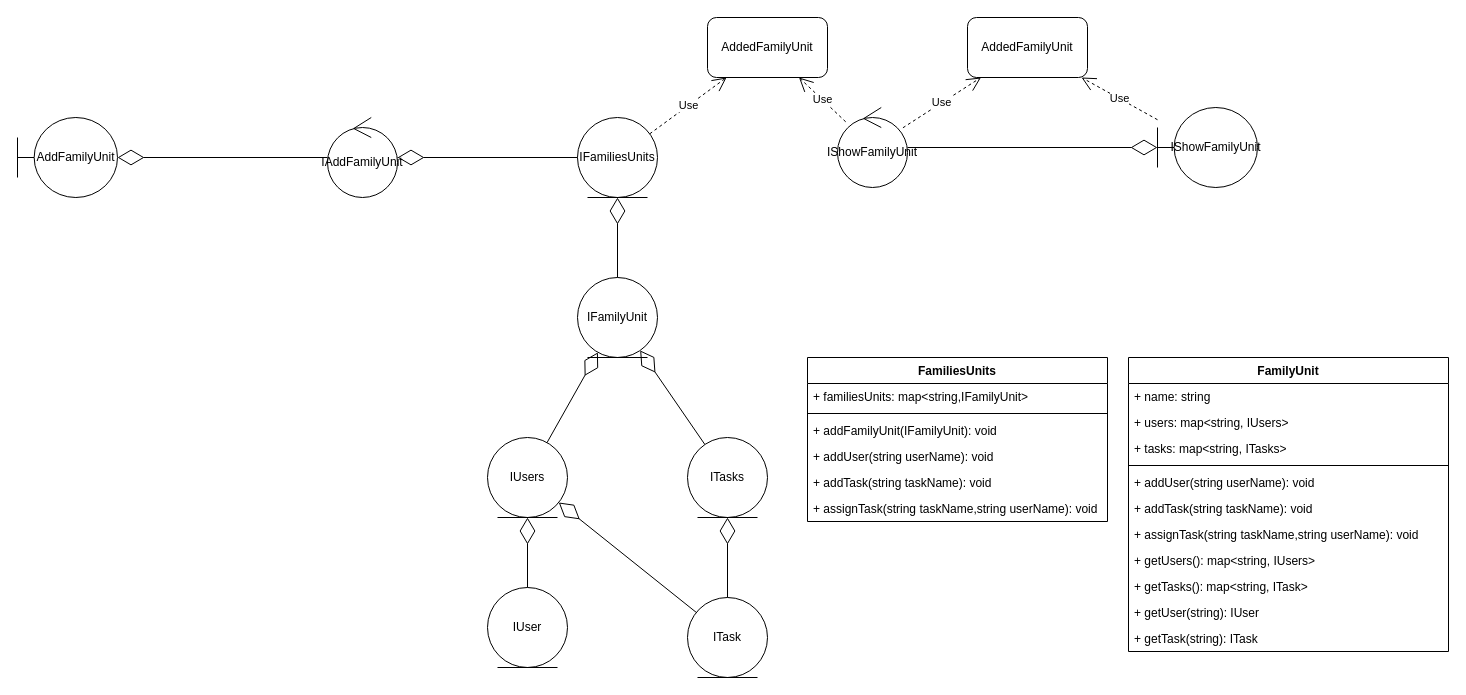
Above: page "AddFamilyUnit" (2 of 8) of taskPlanning/planningTaskRenovate.drawio in avillanuevao/PlanningTask (draw.io), before the change. Source tidied: cells renumbered, new cells numbered last; positions are measured from the earlier drawing's top-left corner, leaving out a move shared by most shapes. Both pictures are drawn from the tidied source at 100%, with x=0, y=0 at pixel (17, 17).
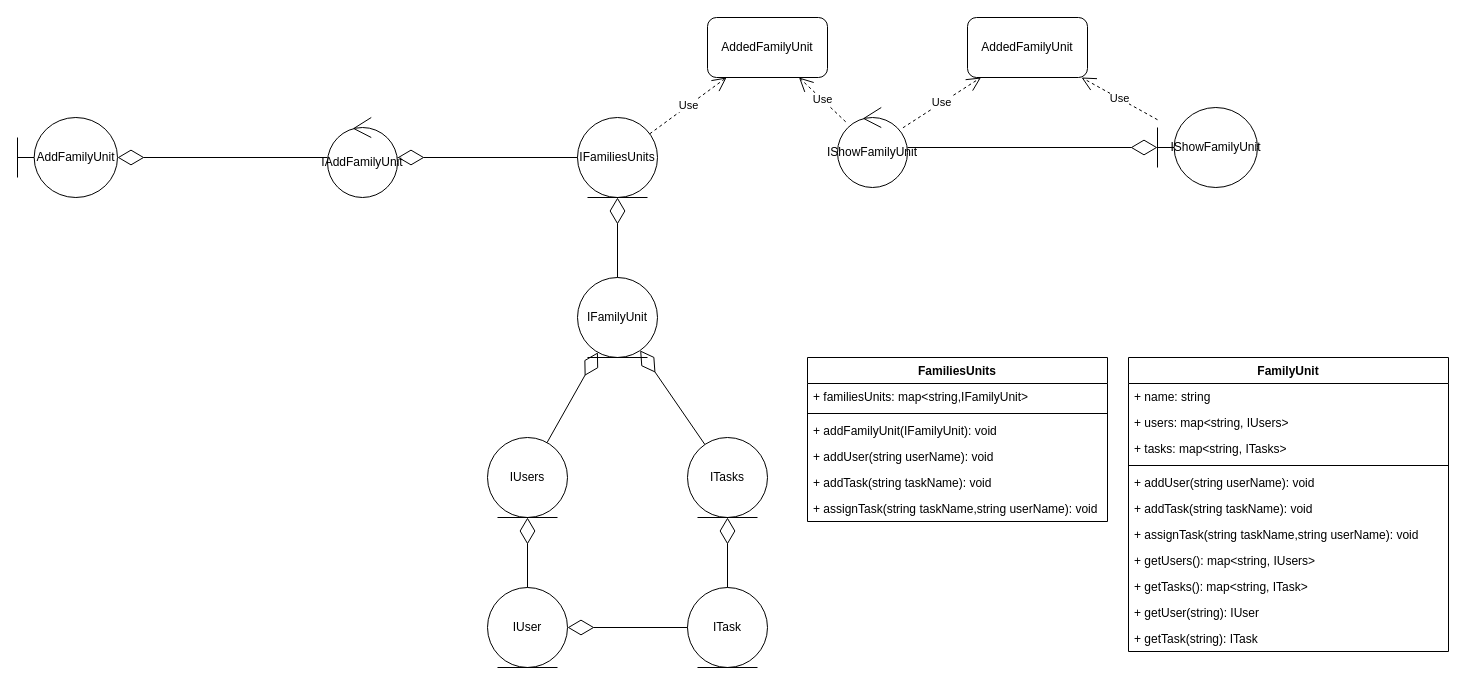
The same diagram, later.

Unchanged cells that the change refers to:
```xml
<mxCell id="9" value="IUsers" style="ellipse;shape=umlEntity;whiteSpace=wrap;html=1;" parent="1" vertex="1">
  <mxGeometry x="470" y="420" width="80" height="80" as="geometry" />
</mxCell>
<mxCell id="11" value="IUser" style="ellipse;shape=umlEntity;whiteSpace=wrap;html=1;" parent="1" vertex="1">
  <mxGeometry x="470" y="570" width="80" height="80" as="geometry" />
</mxCell>
```

What changed in the source:
```diff
@@
     <mxCell id="12" value="ITask" style="ellipse;shape=umlEntity;whiteSpace=wrap;html=1;" parent="1" vertex="1">
-      <mxGeometry x="670" y="580" width="80" height="80" as="geometry" />
+      <mxGeometry x="670" y="570" width="80" height="80" as="geometry" />
     </mxCell>
@@
-    <mxCell id="45" style="endArrow=diamondThin;endFill=0;endSize=24;html=1;rounded=0;" parent="1" edge="1" source="12" target="9">
+    <mxCell id="45" style="endArrow=diamondThin;endFill=0;endSize=24;html=1;rounded=0;" parent="1" edge="1" source="12" target="11">
       <mxGeometry relative="1" as="geometry" />
     </mxCell>
```
